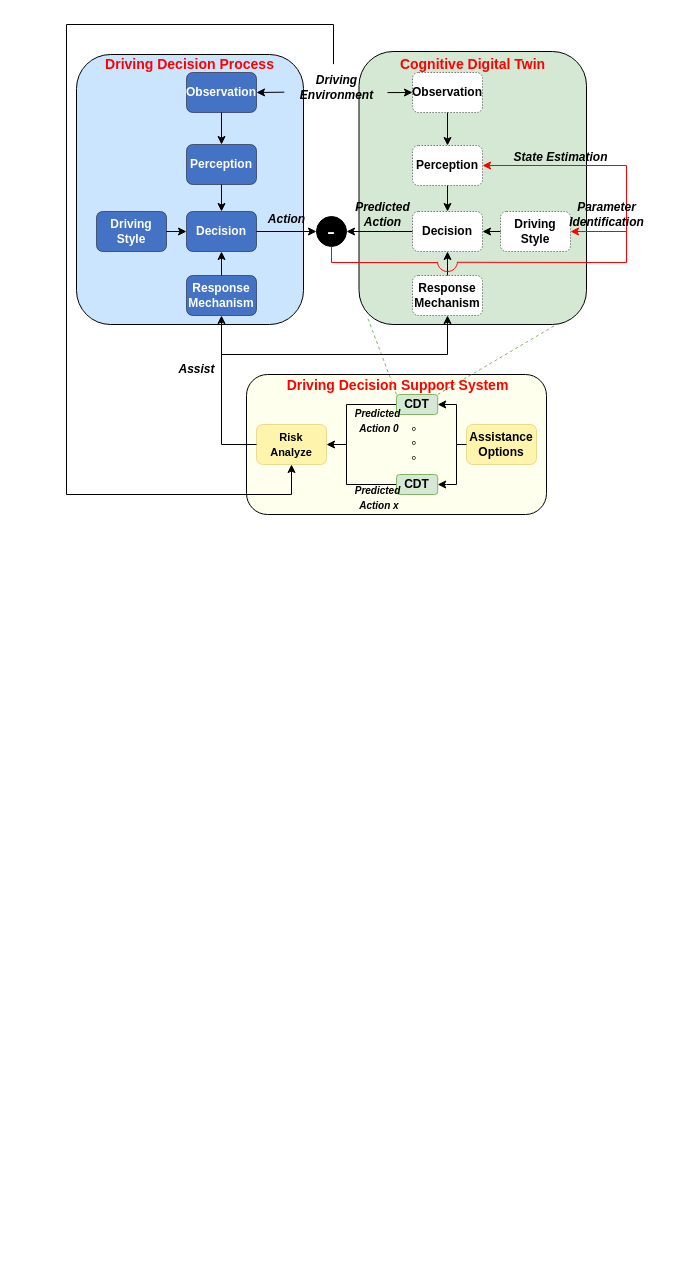
This is page "CDAS-O overview abstract" (4 of 5) of CDAS-O.drawio from SlidingEagle/draw.io, a draw.io file, before an edit. Source tidied: cells renumbered, new cells numbered last; positions are measured from the earlier drawing's top-left corner, leaving out a move shared by most shapes. Both pictures are drawn from the tidied source at 100%, with x=0, y=0 at pixel (17, 24).
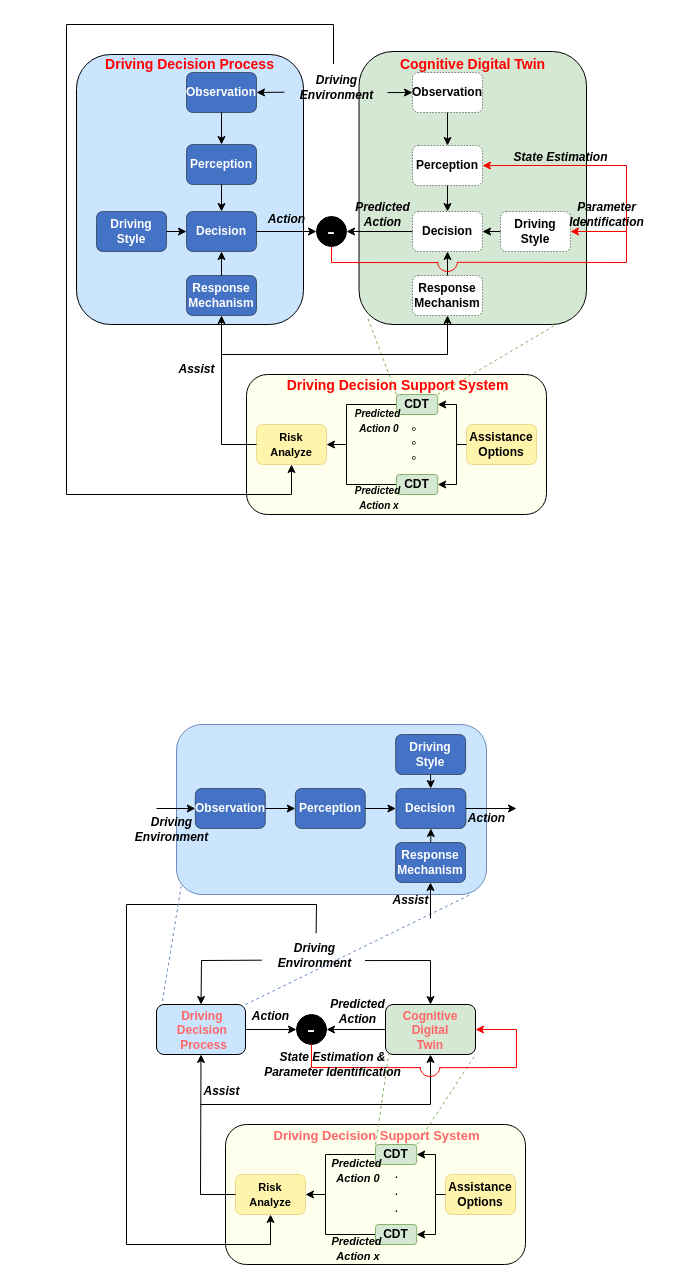
After the change.

Change to the diagram source:
```diff
@@
+    <mxCell id="57" style="rounded=1;whiteSpace=wrap;html=1;fillColor=#CCE5FF;strokeColor=#000000;" parent="1" vertex="1">
+      <mxGeometry x="139" y="980" width="89" height="50" as="geometry" />
+    </mxCell>
+    <mxCell id="58" style="rounded=1;whiteSpace=wrap;html=1;fillColor=#d5e8d4;strokeColor=#000000;" parent="1" vertex="1">
+      <mxGeometry x="368" y="980" width="90" height="50" as="geometry" />
+    </mxCell>
+    <mxCell id="59" style="endArrow=classic;html=1;rounded=0;exitX=1;exitY=0.5;exitDx=0;exitDy=0;entryX=0;entryY=0.5;entryDx=0;entryDy=0;" parent="1" edge="1" source="57" target="60">
+      <mxGeometry relative="1" as="geometry" />
+    </mxCell>
+    <mxCell id="60" value="&lt;font color=&quot;#ffffff&quot; style=&quot;font-size: 24px;&quot;&gt;-&lt;/font&gt;" style="ellipse;whiteSpace=wrap;html=1;strokeColor=#000000;fillColor=#000000;" parent="1" vertex="1">
+      <mxGeometry x="279" y="990" width="30" height="30" as="geometry" />
+    </mxCell>
+    <mxCell id="61" style="rounded=1;whiteSpace=wrap;html=1;fillColor=#FFFFED;strokeColor=#000000;" parent="1" vertex="1">
+      <mxGeometry x="208" y="1100" width="300" height="140" as="geometry" />
+    </mxCell>
+    <mxCell id="62" value="&lt;font style=&quot;font-size: 11px;&quot;&gt;&lt;b style=&quot;&quot;&gt;Risk&lt;br&gt;Analyze&lt;/b&gt;&lt;/font&gt;" style="rounded=1;whiteSpace=wrap;html=1;fillColor=#FFF4AB;strokeWidth=0.5;strokeColor=#d6b656;" parent="1" vertex="1">
+      <mxGeometry x="218" y="1150" width="70" height="40" as="geometry" />
+    </mxCell>
+    <mxCell id="63" style="endArrow=none;dashed=1;html=1;rounded=0;exitX=0;exitY=0;exitDx=0;exitDy=0;entryX=0.038;entryY=0.975;entryDx=0;entryDy=0;entryPerimeter=0;fillColor=#d5e8d4;strokeColor=#82b366;" parent="1" edge="1" source="72" target="58">
+      <mxGeometry relative="1" as="geometry" />
+    </mxCell>
+    <mxCell id="64" style="endArrow=none;dashed=1;html=1;rounded=0;exitX=1;exitY=0;exitDx=0;exitDy=0;fillColor=#d5e8d4;strokeColor=#82b366;entryX=1;entryY=1;entryDx=0;entryDy=0;" parent="1" edge="1" source="72" target="58">
+      <mxGeometry relative="1" as="geometry" />
+    </mxCell>
+    <mxCell id="65" value="&lt;font style=&quot;font-size: 14px;&quot;&gt;.&lt;br&gt;.&lt;br&gt;.&lt;/font&gt;" style="text;html=1;align=center;verticalAlign=middle;strokeColor=none;fillColor=none;" parent="1" vertex="1">
+      <mxGeometry x="364.2" y="1136" width="30" height="60" as="geometry" />
+    </mxCell>
+    <mxCell id="66" style="endArrow=none;html=1;rounded=0;entryX=0;entryY=0.5;entryDx=0;entryDy=0;" parent="1" edge="1" target="73">
+      <mxGeometry relative="1" as="geometry">
+        <mxPoint x="308" y="1170" as="sourcePoint" />
+        <Array as="points">
+          <mxPoint x="308" y="1210" />
+        </Array>
+      </mxGeometry>
+    </mxCell>
+    <mxCell id="67" style="endArrow=classic;html=1;rounded=0;entryX=0.5;entryY=1;entryDx=0;entryDy=0;exitX=0;exitY=0.5;exitDx=0;exitDy=0;" parent="1" edge="1" source="62" target="57">
+      <mxGeometry relative="1" as="geometry">
+        <Array as="points">
+          <mxPoint x="183" y="1170" />
+        </Array>
+      </mxGeometry>
+    </mxCell>
+    <mxCell id="68" style="endArrow=classic;html=1;rounded=0;entryX=1;entryY=0.5;entryDx=0;entryDy=0;exitX=0;exitY=0.5;exitDx=0;exitDy=0;" parent="1" edge="1" source="72" target="62">
+      <mxGeometry relative="1" as="geometry">
+        <Array as="points">
+          <mxPoint x="308" y="1130" />
+          <mxPoint x="308" y="1170" />
+        </Array>
+      </mxGeometry>
+    </mxCell>
+    <mxCell id="69" value="&lt;i&gt;&lt;b&gt;Assist&lt;/b&gt;&lt;/i&gt;" style="text;html=1;align=center;verticalAlign=middle;strokeColor=none;fillColor=none;" parent="1" vertex="1">
+      <mxGeometry x="174" y="1052" width="60" height="30" as="geometry" />
+    </mxCell>
+    <mxCell id="70" value="&lt;i&gt;&lt;b&gt;Action&lt;/b&gt;&lt;/i&gt;" style="text;html=1;align=center;verticalAlign=middle;strokeColor=none;fillColor=none;" parent="1" vertex="1">
+      <mxGeometry x="223" y="977" width="60" height="30" as="geometry" />
+    </mxCell>
+    <mxCell id="71" value="&lt;i&gt;&lt;b&gt;Predicted &lt;br&gt;Action&lt;/b&gt;&lt;/i&gt;" style="text;html=1;align=center;verticalAlign=middle;strokeColor=none;fillColor=none;" parent="1" vertex="1">
+      <mxGeometry x="300.2" y="967" width="80" height="40" as="geometry" />
+    </mxCell>
+    <mxCell id="72" value="&lt;b&gt;CDT&lt;/b&gt;" style="rounded=1;whiteSpace=wrap;html=1;fillColor=#d5e8d4;strokeColor=#82b366;" parent="1" vertex="1">
+      <mxGeometry x="358" y="1120" width="41.2" height="20" as="geometry" />
+    </mxCell>
+    <mxCell id="73" value="&lt;b&gt;CDT&lt;/b&gt;" style="rounded=1;whiteSpace=wrap;html=1;fillColor=#d5e8d4;strokeColor=#82b366;" parent="1" vertex="1">
+      <mxGeometry x="358" y="1200" width="41.2" height="20" as="geometry" />
+    </mxCell>
+    <mxCell id="74" value="&lt;span style=&quot;border-color: var(--border-color);&quot;&gt;&lt;font color=&quot;#ff6666&quot; face=&quot;Helvetica&quot; style=&quot;font-size: 12px;&quot;&gt;&lt;b style=&quot;&quot;&gt;Driving&amp;nbsp;&lt;/b&gt;&lt;/font&gt;&lt;/span&gt;&lt;div style=&quot;&quot;&gt;&lt;span style=&quot;border-color: var(--border-color);&quot;&gt;&lt;font color=&quot;#ff6666&quot; style=&quot;font-size: 12px;&quot;&gt;&lt;b&gt;Decision&amp;nbsp;&lt;/b&gt;&lt;/font&gt;&lt;/span&gt;&lt;/div&gt;&lt;div style=&quot;&quot;&gt;&lt;span style=&quot;border-color: var(--border-color);&quot;&gt;&lt;font color=&quot;#ff6666&quot; style=&quot;font-size: 12px;&quot;&gt;&lt;b style=&quot;&quot;&gt;Process&lt;/b&gt;&lt;/font&gt;&lt;/span&gt;&lt;/div&gt;" style="text;html=1;align=center;verticalAlign=middle;whiteSpace=wrap;rounded=0;" parent="1" vertex="1">
+      <mxGeometry x="149" y="987.8" width="75" height="36.5" as="geometry" />
+    </mxCell>
+    <mxCell id="75" value="&lt;b style=&quot;border-color: var(--border-color);&quot;&gt;&lt;font color=&quot;#ff6666&quot; style=&quot;font-size: 12px;&quot;&gt;Cognitive&lt;/font&gt;&lt;/b&gt;&lt;div style=&quot;&quot;&gt;&lt;b style=&quot;border-color: var(--border-color);&quot;&gt;&lt;font color=&quot;#ff6666&quot; style=&quot;font-size: 12px;&quot;&gt;Digital&lt;/font&gt;&lt;/b&gt;&lt;/div&gt;&lt;div style=&quot;&quot;&gt;&lt;b style=&quot;border-color: var(--border-color);&quot;&gt;&lt;font color=&quot;#ff6666&quot; style=&quot;font-size: 12px;&quot;&gt;Twin&lt;/font&gt;&lt;/b&gt;&lt;/div&gt;" style="text;html=1;align=center;verticalAlign=middle;whiteSpace=wrap;rounded=0;" parent="1" vertex="1">
+      <mxGeometry x="380.3" y="990.8" width="66.2" height="30.5" as="geometry" />
+    </mxCell>
+    <mxCell id="76" value="&lt;i style=&quot;font-size: 11px;&quot;&gt;&lt;b&gt;Predicted&lt;br&gt;&amp;nbsp;Action&amp;nbsp;0&lt;/b&gt;&lt;/i&gt;" style="text;html=1;align=center;verticalAlign=middle;strokeColor=none;fillColor=none;" parent="1" vertex="1">
+      <mxGeometry x="304" y="1126" width="70" height="40" as="geometry" />
+    </mxCell>
+    <mxCell id="77" value="&lt;i style=&quot;font-size: 11px;&quot;&gt;&lt;b&gt;Predicted&lt;br&gt;&amp;nbsp;Action x&lt;/b&gt;&lt;/i&gt;" style="text;html=1;align=center;verticalAlign=middle;strokeColor=none;fillColor=none;" parent="1" vertex="1">
+      <mxGeometry x="304" y="1204" width="70" height="40" as="geometry" />
+    </mxCell>
+    <mxCell id="78" value="&lt;b style=&quot;&quot;&gt;&lt;font style=&quot;font-size: 12px;&quot;&gt;Assistance&lt;br&gt;Options&lt;/font&gt;&lt;/b&gt;" style="rounded=1;whiteSpace=wrap;html=1;fillColor=#FFF4AB;strokeWidth=0.5;strokeColor=#d6b656;" parent="1" vertex="1">
+      <mxGeometry x="428" y="1150" width="70" height="40" as="geometry" />
+    </mxCell>
+    <mxCell id="79" style="endArrow=classic;html=1;rounded=0;exitX=0;exitY=0.5;exitDx=0;exitDy=0;entryX=1;entryY=0.5;entryDx=0;entryDy=0;" parent="1" edge="1" source="78" target="73">
+      <mxGeometry relative="1" as="geometry">
+        <Array as="points">
+          <mxPoint x="418" y="1170" />
+          <mxPoint x="418" y="1210" />
+          <mxPoint x="408" y="1210" />
+        </Array>
+      </mxGeometry>
+    </mxCell>
+    <mxCell id="80" style="endArrow=classic;html=1;rounded=0;entryX=1;entryY=0.5;entryDx=0;entryDy=0;" parent="1" edge="1" target="72">
+      <mxGeometry relative="1" as="geometry">
+        <mxPoint x="418" y="1170" as="sourcePoint" />
+        <Array as="points">
+          <mxPoint x="418" y="1130" />
+        </Array>
+      </mxGeometry>
+    </mxCell>
+    <mxCell id="81" value="&lt;b&gt;&lt;i&gt;Driving&lt;br&gt;Environment&lt;/i&gt;&lt;/b&gt;" style="text;html=1;align=center;verticalAlign=middle;points=[];strokeColor=none;fillColor=none;" parent="1" vertex="1">
+      <mxGeometry x="246.5" y="911" width="100" height="40" as="geometry" />
+    </mxCell>
+    <mxCell id="82" style="endArrow=classic;html=1;rounded=0;exitX=0;exitY=0.5;exitDx=0;exitDy=0;entryX=1;entryY=0.5;entryDx=0;entryDy=0;" parent="1" edge="1" source="58" target="60">
+      <mxGeometry relative="1" as="geometry" />
+    </mxCell>
+    <mxCell id="83" style="endArrow=classic;html=1;rounded=0;entryX=0.5;entryY=0;entryDx=0;entryDy=0;exitX=1.01;exitY=0.627;exitDx=0;exitDy=0;exitPerimeter=0;" parent="1" edge="1" source="81" target="58">
+      <mxGeometry relative="1" as="geometry">
+        <Array as="points">
+          <mxPoint x="413" y="936" />
+        </Array>
+      </mxGeometry>
+    </mxCell>
+    <mxCell id="84" style="endArrow=classic;html=1;rounded=0;entryX=0.5;entryY=0;entryDx=0;entryDy=0;exitX=-0.022;exitY=0.617;exitDx=0;exitDy=0;exitPerimeter=0;" parent="1" edge="1" source="81" target="57">
+      <mxGeometry relative="1" as="geometry">
+        <Array as="points">
+          <mxPoint x="184" y="936" />
+        </Array>
+      </mxGeometry>
+    </mxCell>
+    <mxCell id="85" style="endArrow=classic;html=1;rounded=0;entryX=0.5;entryY=1;entryDx=0;entryDy=0;" parent="1" edge="1" target="58">
+      <mxGeometry relative="1" as="geometry">
+        <mxPoint x="183" y="1080" as="sourcePoint" />
+        <Array as="points">
+          <mxPoint x="413" y="1080" />
+        </Array>
+      </mxGeometry>
+    </mxCell>
+    <mxCell id="86" style="endArrow=classic;html=1;rounded=0;entryX=0.5;entryY=1;entryDx=0;entryDy=0;exitX=0.521;exitY=-0.055;exitDx=0;exitDy=0;exitPerimeter=0;" parent="1" edge="1" source="81" target="62">
+      <mxGeometry relative="1" as="geometry">
+        <Array as="points">
+          <mxPoint x="299" y="880" />
+          <mxPoint x="109" y="880" />
+          <mxPoint x="109" y="1220" />
+          <mxPoint x="253" y="1220" />
+        </Array>
+      </mxGeometry>
+    </mxCell>
+    <mxCell id="87" value="&lt;b style=&quot;border-color: var(--border-color);&quot;&gt;&lt;font color=&quot;#ff6666&quot; style=&quot;font-size: 13px;&quot;&gt;Driving Decision Support System&lt;/font&gt;&lt;/b&gt;" style="text;html=1;align=center;verticalAlign=middle;whiteSpace=wrap;rounded=0;" parent="1" vertex="1">
+      <mxGeometry x="187" y="1096" width="345" height="30" as="geometry" />
+    </mxCell>
+    <mxCell id="88" style="verticalLabelPosition=bottom;verticalAlign=top;html=1;shape=mxgraph.basic.arc;startAngle=0.25636280567399594;endAngle=0.7436371943260041;strokeColor=#FF0000;" parent="1" vertex="1">
+      <mxGeometry x="402.5" y="1032" width="20" height="20" as="geometry" />
+    </mxCell>
+    <mxCell id="89" style="endArrow=none;html=1;rounded=0;entryX=0.5;entryY=1;entryDx=0;entryDy=0;strokeColor=#FF0000;exitX=0.045;exitY=0.557;exitDx=0;exitDy=0;exitPerimeter=0;" parent="1" edge="1" source="88" target="60">
+      <mxGeometry relative="1" as="geometry">
+        <Array as="points">
+          <mxPoint x="294" y="1043" />
+        </Array>
+      </mxGeometry>
+    </mxCell>
+    <mxCell id="90" style="endArrow=classic;html=1;rounded=0;strokeColor=#FF0000;exitX=0.975;exitY=0.56;exitDx=0;exitDy=0;exitPerimeter=0;entryX=1;entryY=0.5;entryDx=0;entryDy=0;" parent="1" edge="1" source="88" target="58">
+      <mxGeometry relative="1" as="geometry">
+        <Array as="points">
+          <mxPoint x="499" y="1043" />
+          <mxPoint x="499" y="1005" />
+        </Array>
+      </mxGeometry>
+    </mxCell>
+    <mxCell id="91" style="rounded=1;whiteSpace=wrap;html=1;fillColor=#CCE5FF;strokeColor=#6c8ebf;" parent="1" vertex="1">
+      <mxGeometry x="159" y="700" width="310" height="170" as="geometry" />
+    </mxCell>
+    <mxCell id="92" value="&lt;font color=&quot;#ffffff&quot;&gt;&lt;b&gt;Observation&lt;/b&gt;&lt;/font&gt;" style="rounded=1;whiteSpace=wrap;html=1;fillColor=#4472C4;strokeWidth=0.5;" parent="1" vertex="1">
+      <mxGeometry x="177.8" y="764" width="70" height="40" as="geometry" />
+    </mxCell>
+    <mxCell id="93" value="&lt;font color=&quot;#ffffff&quot;&gt;&lt;b&gt;Perception&lt;/b&gt;&lt;/font&gt;" style="rounded=1;whiteSpace=wrap;html=1;fillColor=#4472C4;strokeWidth=0.5;" parent="1" vertex="1">
+      <mxGeometry x="277.8" y="764" width="70" height="40" as="geometry" />
+    </mxCell>
+    <mxCell id="94" style="endArrow=classic;html=1;rounded=0;exitX=1;exitY=0.5;exitDx=0;exitDy=0;entryX=0;entryY=0.5;entryDx=0;entryDy=0;" parent="1" edge="1" source="92" target="93">
+      <mxGeometry relative="1" as="geometry" />
+    </mxCell>
+    <mxCell id="95" value="&lt;font color=&quot;#ffffff&quot;&gt;&lt;b&gt;Driving&lt;br&gt;Style&lt;/b&gt;&lt;br&gt;&lt;/font&gt;" style="rounded=1;whiteSpace=wrap;html=1;fillColor=#4472C4;strokeWidth=0.5;" parent="1" vertex="1">
+      <mxGeometry x="378.1" y="710" width="70" height="40" as="geometry" />
+    </mxCell>
+    <mxCell id="96" style="endArrow=none;dashed=1;html=1;rounded=0;exitX=1;exitY=0;exitDx=0;exitDy=0;fillColor=#dae8fc;strokeColor=#6c8ebf;entryX=0.951;entryY=0.998;entryDx=0;entryDy=0;entryPerimeter=0;" parent="1" edge="1" source="57" target="91">
+      <mxGeometry relative="1" as="geometry" />
+    </mxCell>
+    <mxCell id="97" style="endArrow=none;dashed=1;html=1;rounded=0;exitX=0.067;exitY=-0.067;exitDx=0;exitDy=0;fillColor=#dae8fc;strokeColor=#6c8ebf;entryX=0.015;entryY=0.951;entryDx=0;entryDy=0;entryPerimeter=0;exitPerimeter=0;" parent="1" edge="1" source="57" target="91">
+      <mxGeometry relative="1" as="geometry" />
+    </mxCell>
+    <mxCell id="98" value="&lt;b&gt;&lt;i&gt;State Estimation &amp;amp;&lt;/i&gt;&lt;/b&gt;&lt;div&gt;&lt;b&gt;&lt;i&gt;Parameter Identification&lt;/i&gt;&lt;/b&gt;&lt;b&gt;&lt;i&gt;&lt;br&gt;&lt;/i&gt;&lt;/b&gt;&lt;/div&gt;" style="text;html=1;align=center;verticalAlign=middle;strokeColor=none;fillColor=none;" parent="1" vertex="1">
+      <mxGeometry x="235" y="1020" width="160" height="40" as="geometry" />
+    </mxCell>
+    <mxCell id="99" value="&lt;b&gt;&lt;i&gt;Driving&lt;br&gt;Environment&lt;/i&gt;&lt;/b&gt;" style="text;html=1;align=center;verticalAlign=middle;strokeColor=none;fillColor=none;" parent="1" vertex="1">
+      <mxGeometry x="104" y="785" width="100" height="40" as="geometry" />
+    </mxCell>
+    <mxCell id="100" value="&lt;i&gt;&lt;b&gt;Action&lt;/b&gt;&lt;/i&gt;" style="text;html=1;align=center;verticalAlign=middle;strokeColor=none;fillColor=none;" parent="1" vertex="1">
+      <mxGeometry x="439" y="779" width="60" height="30" as="geometry" />
+    </mxCell>
+    <mxCell id="101" style="endArrow=classic;html=1;rounded=0;entryX=0;entryY=0.5;entryDx=0;entryDy=0;" parent="1" edge="1" target="92">
+      <mxGeometry relative="1" as="geometry">
+        <mxPoint x="139" y="784" as="sourcePoint" />
+      </mxGeometry>
+    </mxCell>
+    <mxCell id="102" value="&lt;font color=&quot;#ffffff&quot;&gt;&lt;b&gt;Decision&lt;/b&gt;&lt;/font&gt;" style="rounded=1;whiteSpace=wrap;html=1;fillColor=#4472C4;strokeWidth=0.5;" parent="1" vertex="1">
+      <mxGeometry x="378.4" y="764" width="70" height="40" as="geometry" />
+    </mxCell>
+    <mxCell id="103" style="endArrow=classic;html=1;rounded=0;entryX=0;entryY=0.5;entryDx=0;entryDy=0;exitX=1;exitY=0.5;exitDx=0;exitDy=0;" parent="1" edge="1" source="93" target="102">
+      <mxGeometry relative="1" as="geometry" />
+    </mxCell>
+    <mxCell id="104" value="&lt;font color=&quot;#ffffff&quot;&gt;&lt;b&gt;Response Mechanism&lt;/b&gt;&lt;/font&gt;" style="rounded=1;whiteSpace=wrap;html=1;fillColor=#4472C4;strokeWidth=0.5;" parent="1" vertex="1">
+      <mxGeometry x="378" y="818" width="70" height="40" as="geometry" />
+    </mxCell>
+    <mxCell id="105" style="endArrow=classic;html=1;rounded=0;exitX=1;exitY=0.5;exitDx=0;exitDy=0;" parent="1" edge="1" source="102">
+      <mxGeometry relative="1" as="geometry">
+        <mxPoint x="499" y="784" as="targetPoint" />
+      </mxGeometry>
+    </mxCell>
+    <mxCell id="106" value="&lt;b&gt;&lt;i&gt;Assist&lt;/i&gt;&lt;/b&gt;" style="text;html=1;align=center;verticalAlign=middle;strokeColor=none;fillColor=none;" parent="1" vertex="1">
+      <mxGeometry x="362.5" y="861" width="60" height="30" as="geometry" />
+    </mxCell>
+    <mxCell id="107" style="endArrow=classic;html=1;rounded=0;entryX=0.5;entryY=1;entryDx=0;entryDy=0;" parent="1" edge="1" source="104" target="102">
+      <mxGeometry relative="1" as="geometry" />
+    </mxCell>
+    <mxCell id="108" style="endArrow=classic;html=1;rounded=0;exitX=0.5;exitY=1;exitDx=0;exitDy=0;" parent="1" edge="1" source="95" target="102">
+      <mxGeometry relative="1" as="geometry" />
+    </mxCell>
+    <mxCell id="109" style="endArrow=classic;html=1;rounded=0;entryX=0.5;entryY=1;entryDx=0;entryDy=0;" parent="1" edge="1" target="104">
+      <mxGeometry relative="1" as="geometry">
+        <mxPoint x="413" y="894" as="sourcePoint" />
+      </mxGeometry>
+    </mxCell>
```
